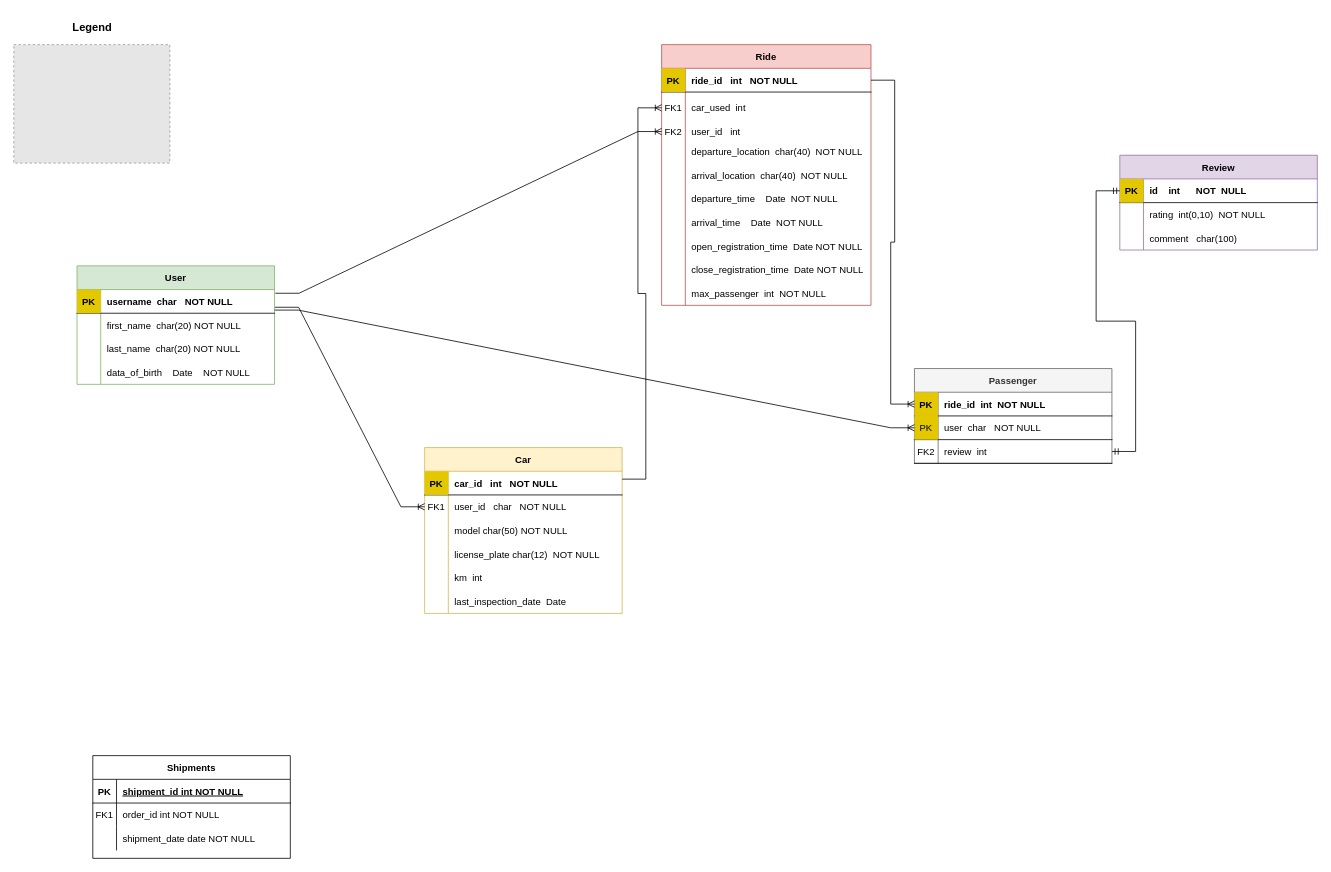
Earlier version of the draw.io diagram img/database_er.drawio (lucaAnza/CarPooling_website). Source tidied: cells renumbered, new cells numbered last; positions are measured from the earlier drawing's top-left corner, leaving out a move shared by most shapes. Both pictures are drawn from the tidied source at 79%, with x=0, y=0 at pixel (13, 21). Pictures stored in the file or linked from it are replaced by grey dashed boxes.
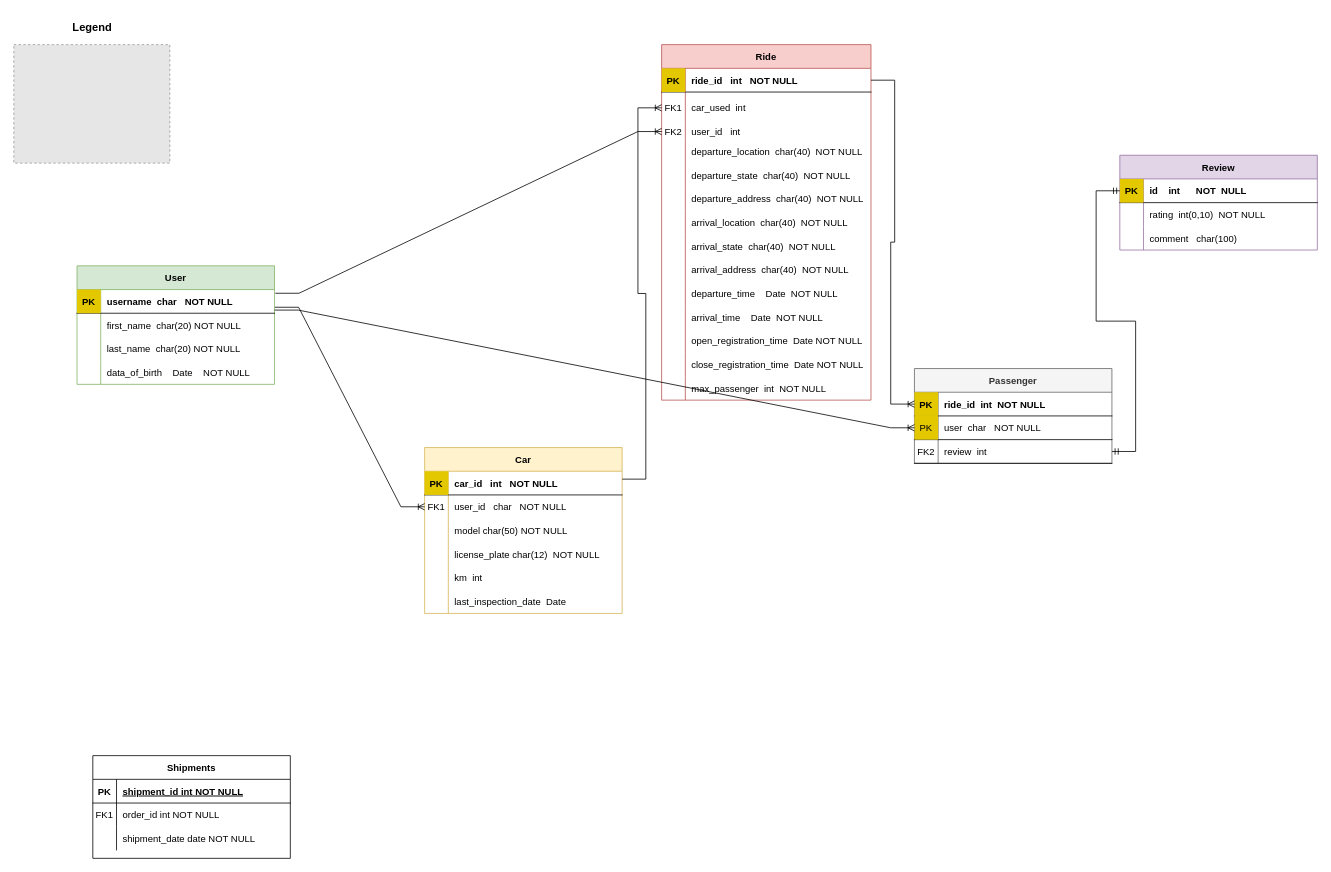
Above is the later version.

What changed in the source:
```diff
@@
     <mxCell id="15" value="Ride" style="shape=table;startSize=30;childLayout=tableLayout;rowLines=0;fontStyle=1;align=center;fillColor=#f8cecc;strokeColor=#b85450;" parent="1" vertex="1">
-      <mxGeometry x="820" y="30" width="265" height="330" as="geometry" />
+      <mxGeometry x="820" y="30" width="265" height="450" as="geometry" />
     </mxCell>
@@
+    <mxCell id="103" style="shape=partialRectangle;fillColor=none;top=0;left=0;right=0;bottom=0;" parent="15" vertex="1">
+      <mxGeometry y="150" width="265" height="30" as="geometry" />
+    </mxCell>
+    <mxCell id="104" style="shape=partialRectangle;overflow=hidden;fillColor=none;top=0;left=0;bottom=0;right=0;" parent="103" vertex="1">
+      <mxGeometry width="30" height="30" as="geometry" />
+    </mxCell>
+    <mxCell id="105" value="departure_state  char(40)  NOT NULL" style="shape=partialRectangle;overflow=hidden;fillColor=none;top=0;left=0;bottom=0;right=0;align=left;spacingLeft=6;" parent="103" vertex="1">
+      <mxGeometry x="30" width="235" height="30" as="geometry" />
+    </mxCell>
+    <mxCell id="106" style="shape=partialRectangle;fillColor=none;top=0;left=0;right=0;bottom=0;" parent="15" vertex="1">
+      <mxGeometry y="180" width="265" height="30" as="geometry" />
+    </mxCell>
+    <mxCell id="107" style="shape=partialRectangle;overflow=hidden;fillColor=none;top=0;left=0;bottom=0;right=0;" parent="106" vertex="1">
+      <mxGeometry width="30" height="30" as="geometry" />
+    </mxCell>
+    <mxCell id="108" value="departure_address  char(40)  NOT NULL" style="shape=partialRectangle;overflow=hidden;fillColor=none;top=0;left=0;bottom=0;right=0;align=left;spacingLeft=6;" parent="106" vertex="1">
+      <mxGeometry x="30" width="235" height="30" as="geometry" />
+    </mxCell>
     <mxCell id="28" style="shape=partialRectangle;fillColor=none;top=0;left=0;right=0;bottom=0;" parent="15" vertex="1">
-      <mxGeometry y="150" width="265" height="30" as="geometry" />
+      <mxGeometry y="210" width="265" height="30" as="geometry" />
     </mxCell>
@@
+    <mxCell id="109" style="shape=partialRectangle;fillColor=none;top=0;left=0;right=0;bottom=0;" parent="15" vertex="1">
+      <mxGeometry y="240" width="265" height="30" as="geometry" />
+    </mxCell>
+    <mxCell id="110" style="shape=partialRectangle;overflow=hidden;fillColor=none;top=0;left=0;bottom=0;right=0;" parent="109" vertex="1">
+      <mxGeometry width="30" height="30" as="geometry" />
+    </mxCell>
+    <mxCell id="111" value="arrival_state  char(40)  NOT NULL" style="shape=partialRectangle;overflow=hidden;fillColor=none;top=0;left=0;bottom=0;right=0;align=left;spacingLeft=6;" parent="109" vertex="1">
+      <mxGeometry x="30" width="235" height="30" as="geometry" />
+    </mxCell>
+    <mxCell id="112" style="shape=partialRectangle;fillColor=none;top=0;left=0;right=0;bottom=0;" parent="15" vertex="1">
+      <mxGeometry y="270" width="265" height="30" as="geometry" />
+    </mxCell>
+    <mxCell id="113" style="shape=partialRectangle;overflow=hidden;fillColor=none;top=0;left=0;bottom=0;right=0;" parent="112" vertex="1">
+      <mxGeometry width="30" height="30" as="geometry" />
+    </mxCell>
+    <mxCell id="114" value="arrival_address  char(40)  NOT NULL" style="shape=partialRectangle;overflow=hidden;fillColor=none;top=0;left=0;bottom=0;right=0;align=left;spacingLeft=6;" parent="112" vertex="1">
+      <mxGeometry x="30" width="235" height="30" as="geometry" />
+    </mxCell>
     <mxCell id="31" style="shape=partialRectangle;fillColor=none;top=0;left=0;right=0;bottom=0;" parent="15" vertex="1">
-      <mxGeometry y="180" width="265" height="30" as="geometry" />
+      <mxGeometry y="300" width="265" height="30" as="geometry" />
     </mxCell>
@@
     <mxCell id="34" style="shape=partialRectangle;fillColor=none;top=0;left=0;right=0;bottom=0;" parent="15" vertex="1">
-      <mxGeometry y="210" width="265" height="30" as="geometry" />
+      <mxGeometry y="330" width="265" height="30" as="geometry" />
     </mxCell>
@@
     <mxCell id="37" style="shape=partialRectangle;fillColor=none;top=0;left=0;right=0;bottom=0;" parent="15" vertex="1">
-      <mxGeometry y="240" width="265" height="30" as="geometry" />
+      <mxGeometry y="360" width="265" height="30" as="geometry" />
     </mxCell>
@@
     <mxCell id="40" style="shape=partialRectangle;fillColor=none;top=0;left=0;right=0;bottom=0;" parent="15" vertex="1">
-      <mxGeometry y="270" width="265" height="30" as="geometry" />
+      <mxGeometry y="390" width="265" height="30" as="geometry" />
     </mxCell>
@@
     <mxCell id="43" style="shape=partialRectangle;fillColor=none;top=0;left=0;right=0;bottom=0;" parent="15" vertex="1">
-      <mxGeometry y="300" width="265" height="30" as="geometry" />
+      <mxGeometry y="420" width="265" height="30" as="geometry" />
     </mxCell>
```
